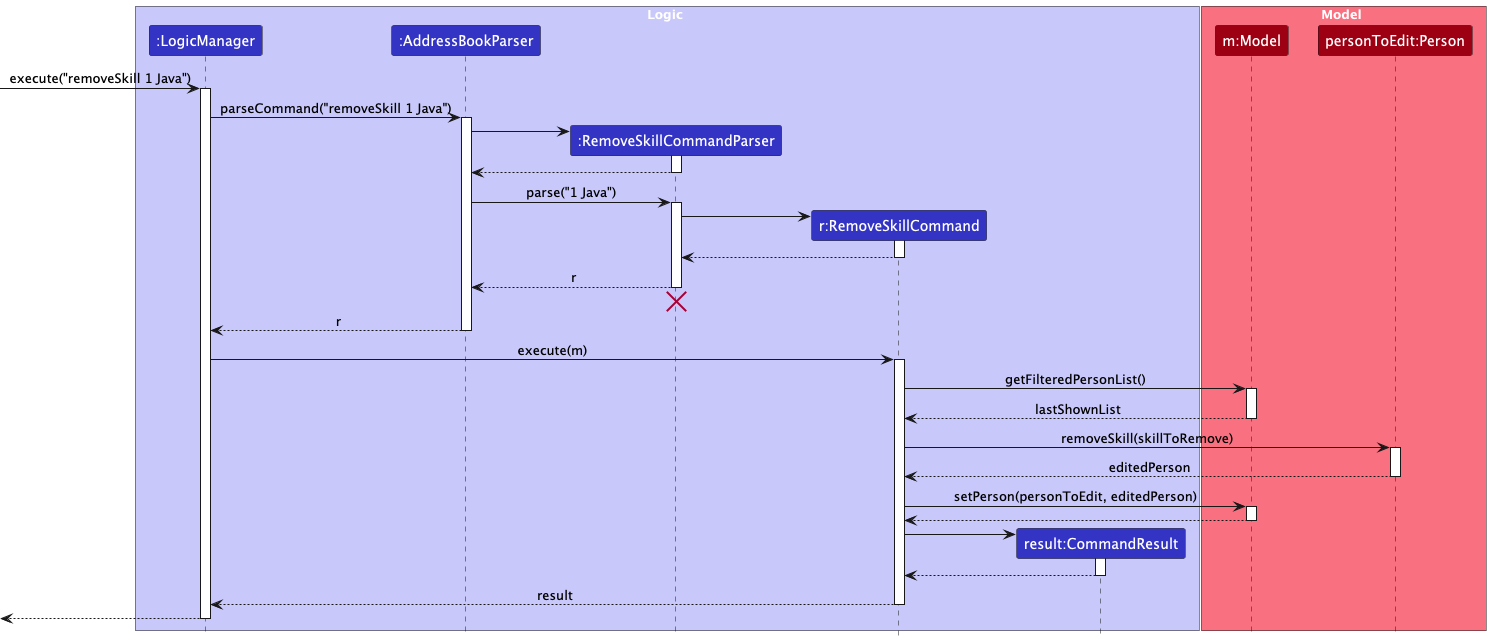
The PlantUML diagram docs/images/RemoveSkillSequence.png in AY2526S1-CS2103T-F08b-2/tp, before a commit. Its diagram source:
```plantuml
@startuml
!include style.puml
skinparam ArrowFontStyle plain

box Logic LOGIC_COLOR_T1
participant ":LogicManager" as LogicManager LOGIC_COLOR
participant ":AddressBookParser" as AddressBookParser LOGIC_COLOR
participant ":RemoveSkillCommandParser" as RemoveSkillCommandParser LOGIC_COLOR
participant "r:RemoveSkillCommand" as RemoveSkillCommand LOGIC_COLOR
participant "result:CommandResult" as CommandResult LOGIC_COLOR
end box

box Model MODEL_COLOR_T1
participant "m:Model" as Model MODEL_COLOR
participant "personToEdit:Person" as Person MODEL_COLOR
end box

[-> LogicManager : execute("removeSkill 1 Java")
activate LogicManager

LogicManager -> AddressBookParser : parseCommand("removeSkill 1 Java")
activate AddressBookParser

create RemoveSkillCommandParser
AddressBookParser -> RemoveSkillCommandParser
activate RemoveSkillCommandParser

RemoveSkillCommandParser --> AddressBookParser
deactivate RemoveSkillCommandParser

AddressBookParser -> RemoveSkillCommandParser : parse("1 Java")
activate RemoveSkillCommandParser

create RemoveSkillCommand
RemoveSkillCommandParser -> RemoveSkillCommand
activate RemoveSkillCommand

RemoveSkillCommand --> RemoveSkillCommandParser :
deactivate RemoveSkillCommand

RemoveSkillCommandParser --> AddressBookParser : r
deactivate RemoveSkillCommandParser
RemoveSkillCommandParser -[hidden]-> AddressBookParser
destroy RemoveSkillCommandParser

AddressBookParser --> LogicManager : r
deactivate AddressBookParser

LogicManager -> RemoveSkillCommand : execute(m)
activate RemoveSkillCommand

RemoveSkillCommand -> Model : getFilteredPersonList()
activate Model

Model --> RemoveSkillCommand : lastShownList
deactivate Model

RemoveSkillCommand -> Person : removeSkill(skillToRemove)
activate Person

Person --> RemoveSkillCommand : editedPerson
deactivate Person

RemoveSkillCommand -> Model : setPerson(personToEdit, editedPerson)
activate Model

Model --> RemoveSkillCommand
deactivate Model

create CommandResult
RemoveSkillCommand -> CommandResult
activate CommandResult

CommandResult --> RemoveSkillCommand
deactivate CommandResult

RemoveSkillCommand --> LogicManager : result
deactivate RemoveSkillCommand

[<--LogicManager
deactivate LogicManager
@enduml
```
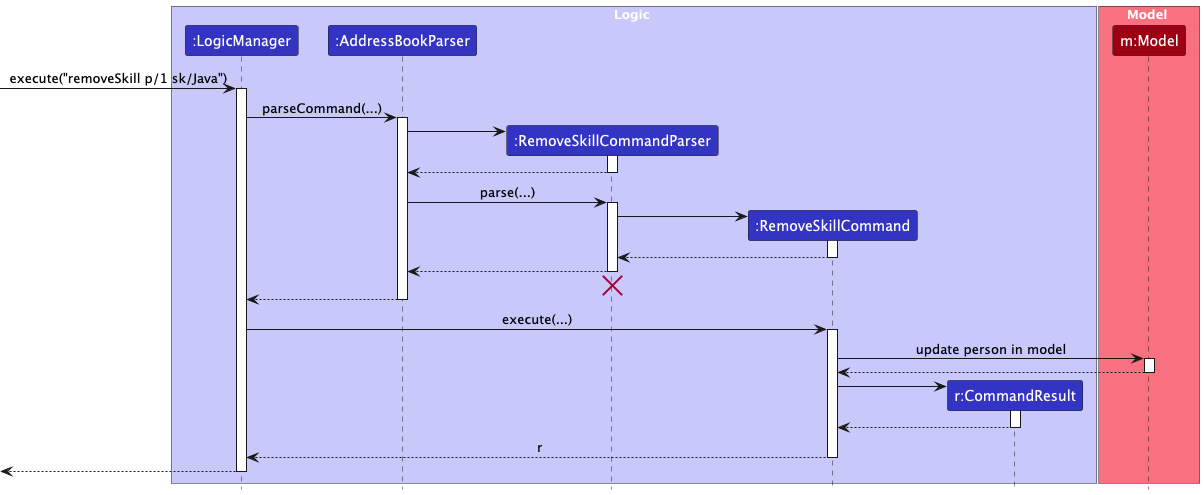
The same file after the commit.

Change to the diagram source:
```diff
@@ -6,19 +6,18 @@
 participant ":LogicManager" as LogicManager LOGIC_COLOR
 participant ":AddressBookParser" as AddressBookParser LOGIC_COLOR
 participant ":RemoveSkillCommandParser" as RemoveSkillCommandParser LOGIC_COLOR
-participant "r:RemoveSkillCommand" as RemoveSkillCommand LOGIC_COLOR
-participant "result:CommandResult" as CommandResult LOGIC_COLOR
+participant ":RemoveSkillCommand" as RemoveSkillCommand LOGIC_COLOR
+participant "r:CommandResult" as CommandResult LOGIC_COLOR
 end box
 
 box Model MODEL_COLOR_T1
 participant "m:Model" as Model MODEL_COLOR
-participant "personToEdit:Person" as Person MODEL_COLOR
 end box
 
-[-> LogicManager : execute("removeSkill 1 Java")
+[-> LogicManager : execute("removeSkill p/1 sk/Java")
 activate LogicManager
 
-LogicManager -> AddressBookParser : parseCommand("removeSkill 1 Java")
+LogicManager -> AddressBookParser : parseCommand(...)
 activate AddressBookParser
 
 create RemoveSkillCommandParser
@@ -28,7 +27,7 @@
 RemoveSkillCommandParser --> AddressBookParser
 deactivate RemoveSkillCommandParser
 
-AddressBookParser -> RemoveSkillCommandParser : parse("1 Java")
+AddressBookParser -> RemoveSkillCommandParser : parse(...)
 activate RemoveSkillCommandParser
 
 create RemoveSkillCommand
@@ -38,33 +37,22 @@
 RemoveSkillCommand --> RemoveSkillCommandParser :
 deactivate RemoveSkillCommand
 
-RemoveSkillCommandParser --> AddressBookParser : r
+RemoveSkillCommandParser --> AddressBookParser :
 deactivate RemoveSkillCommandParser
 RemoveSkillCommandParser -[hidden]-> AddressBookParser
 destroy RemoveSkillCommandParser
 
-AddressBookParser --> LogicManager : r
+AddressBookParser --> LogicManager :
 deactivate AddressBookParser
 
-LogicManager -> RemoveSkillCommand : execute(m)
+LogicManager -> RemoveSkillCommand : execute(...)
 activate RemoveSkillCommand
 
-RemoveSkillCommand -> Model : getFilteredPersonList()
+RemoveSkillCommand -> Model : update person in model
 activate Model
 
-Model --> RemoveSkillCommand : lastShownList
-deactivate Model
+Model --> RemoveSkillCommand :
 
-RemoveSkillCommand -> Person : removeSkill(skillToRemove)
-activate Person
-
-Person --> RemoveSkillCommand : editedPerson
-deactivate Person
-
-RemoveSkillCommand -> Model : setPerson(personToEdit, editedPerson)
-activate Model
-
-Model --> RemoveSkillCommand
 deactivate Model
 
 create CommandResult
@@ -74,7 +62,7 @@
 CommandResult --> RemoveSkillCommand
 deactivate CommandResult
 
-RemoveSkillCommand --> LogicManager : result
+RemoveSkillCommand --> LogicManager : r
 deactivate RemoveSkillCommand
 
 [<--LogicManager
```
